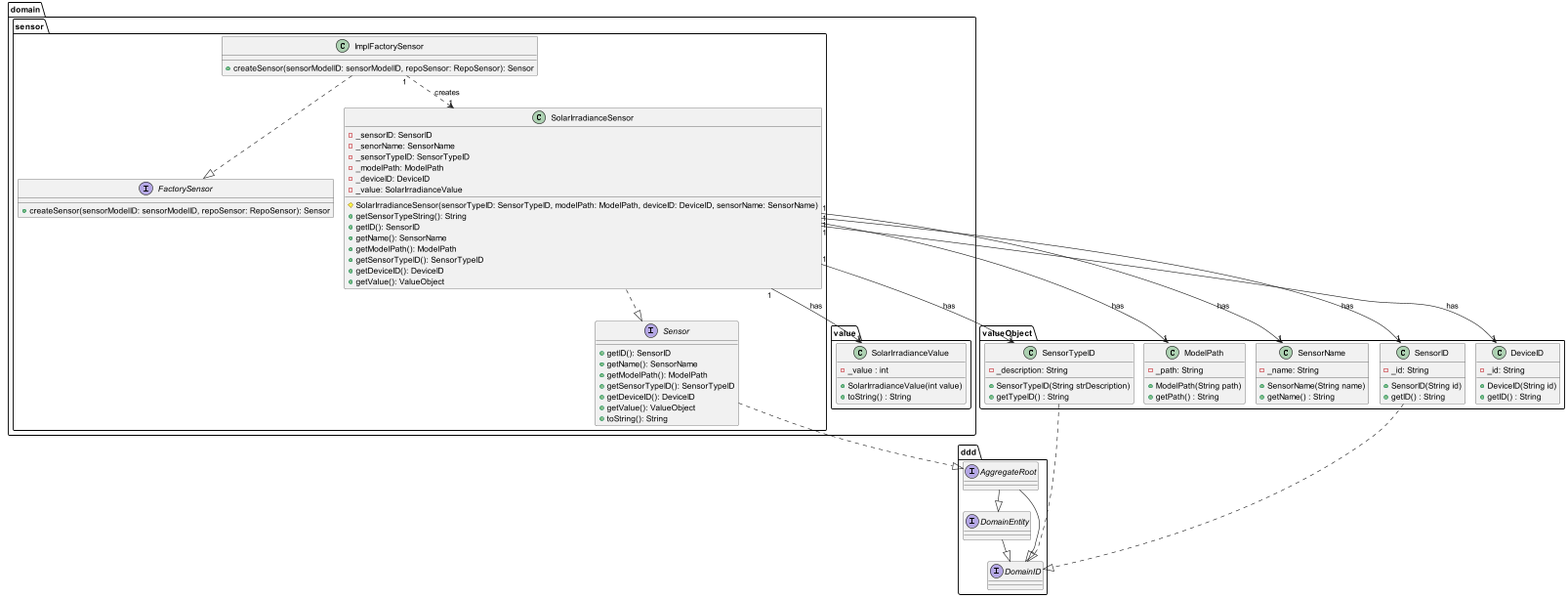
This is docs/userStories/us23/artifacts/US23CD.png from olivDiogo/SmartHome, a PlantUML export, as it was before one commit. Its diagram source:
```plantuml
@startuml
!pragma layout smetana

package domain.sensor {
    interface Sensor {
        + getID(): SensorID
        + getName(): SensorName
        + getModelPath(): ModelPath
        + getSensorTypeID(): SensorTypeID
        + getDeviceID(): DeviceID
        + getValue(): ValueObject
        + toString(): String
    }
    interface FactorySensor {
        + createSensor(sensorModelID: sensorModelID, repoSensor: RepoSensor): Sensor
    }
    class ImplFactorySensor {
        + createSensor(sensorModelID: sensorModelID, repoSensor: RepoSensor): Sensor
    }

    class SolarIrradianceSensor {
        - _sensorID: SensorID
        - _senorName: SensorName
        - _sensorTypeID: SensorTypeID
        - _modelPath: ModelPath
        - _deviceID: DeviceID
        - _value: SolarIrradianceValue
        # SolarIrradianceSensor(sensorTypeID: SensorTypeID, modelPath: ModelPath, deviceID: DeviceID, sensorName: SensorName)
        + getSensorTypeString(): String
        + getID(): SensorID
        + getName(): SensorName
        + getModelPath(): ModelPath
        + getSensorTypeID(): SensorTypeID
        + getDeviceID(): DeviceID
        + getValue(): ValueObject
    }
}

package domain.value {
  class SolarIrradianceValue {
    - _value : int
    + SolarIrradianceValue(int value)
    + toString() : String
  }
}

package valueObject {
    class SensorTypeID {
        - _description: String
        + SensorTypeID(String strDescription)
        + getTypeID() : String
    }

    class ModelPath {
        - _path: String
        + ModelPath(String path)
        + getPath() : String
    }

    class SensorName {
        - _name: String
        + SensorName(String name)
        + getName() : String
    }

    class SensorID {
        - _id: String
        + SensorID(String id)
        + getID() : String
    }

    class DeviceID {
        - _id: String
        + DeviceID(String id)
        + getID() : String
    }
}

package ddd {

  interface DomainEntity {
  }

  interface DomainID {
  }

  interface AggregateRoot {
  }
}

ImplFactorySensor ..|> FactorySensor
ImplFactorySensor "1" ..> "1" SolarIrradianceSensor : creates

SolarIrradianceSensor ..|> Sensor
SolarIrradianceSensor "1" --> "1" SolarIrradianceValue : has
SolarIrradianceSensor "1" -->  "1" SensorTypeID : has
SolarIrradianceSensor "1" -->  "1" ModelPath : has
SolarIrradianceSensor "1" -->  "1" SensorName : has
SolarIrradianceSensor "1" -->  "1" SensorID : has
SolarIrradianceSensor "1" -->  "1" DeviceID : has

DomainEntity --|> DomainID
AggregateRoot --|> DomainEntity
AggregateRoot --|> DomainID

Sensor ..|> ddd.AggregateRoot

SensorTypeID ..|> ddd.DomainID
SensorID ..|> ddd.DomainID

@enduml
```
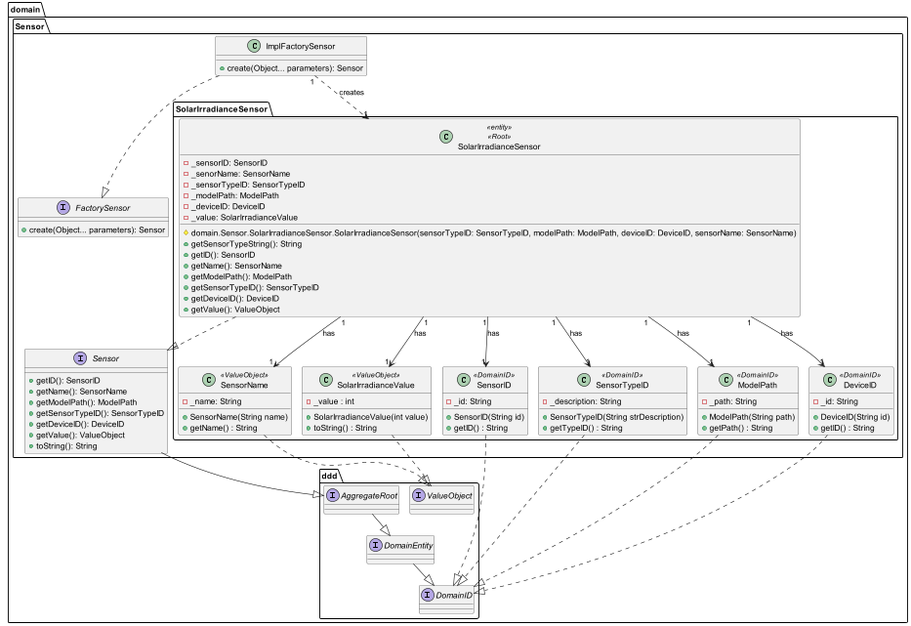
After the change.

Change to the diagram source:
```diff
@@ -1,31 +1,36 @@
 @startuml
 !pragma layout smetana
 
-package domain.sensor {
-    interface Sensor {
-        + getID(): SensorID
-        + getName(): SensorName
-        + getModelPath(): ModelPath
-        + getSensorTypeID(): SensorTypeID
-        + getDeviceID(): DeviceID
-        + getValue(): ValueObject
-        + toString(): String
-    }
+package domain.Sensor {
     interface FactorySensor {
-        + createSensor(sensorModelID: sensorModelID, repoSensor: RepoSensor): Sensor
-    }
-    class ImplFactorySensor {
-        + createSensor(sensorModelID: sensorModelID, repoSensor: RepoSensor): Sensor
+        + create(Object... parameters): Sensor
     }
 
-    class SolarIrradianceSensor {
+    class ImplFactorySensor {
+        + create(Object... parameters): Sensor
+    }
+
+    interface Sensor {
+            + getID(): SensorID
+            + getName(): SensorName
+            + getModelPath(): ModelPath
+            + getSensorTypeID(): SensorTypeID
+            + getDeviceID(): DeviceID
+            + getValue(): ValueObject
+            + toString(): String
+    }
+ }
+
+package domain.Sensor.SolarIrradianceSensor {
+
+    class domain.Sensor.SolarIrradianceSensor.SolarIrradianceSensor <<entity>><<Root>>{
         - _sensorID: SensorID
         - _senorName: SensorName
         - _sensorTypeID: SensorTypeID
         - _modelPath: ModelPath
         - _deviceID: DeviceID
         - _value: SolarIrradianceValue
-        # SolarIrradianceSensor(sensorTypeID: SensorTypeID, modelPath: ModelPath, deviceID: DeviceID, sensorName: SensorName)
+        # domain.Sensor.SolarIrradianceSensor.SolarIrradianceSensor(sensorTypeID: SensorTypeID, modelPath: ModelPath, deviceID: DeviceID, sensorName: SensorName)
         + getSensorTypeString(): String
         + getID(): SensorID
         + getName(): SensorName
@@ -34,49 +39,46 @@
         + getDeviceID(): DeviceID
         + getValue(): ValueObject
     }
+
+    class SensorName <<ValueObject>>{
+            - _name: String
+            + SensorName(String name)
+            + getName() : String
+    }
+
+    class SensorID <<DomainID>>{
+            - _id: String
+            + SensorID(String id)
+            + getID() : String
+    }
+
+    class SolarIrradianceValue <<ValueObject>>{
+            - _value : int
+            + SolarIrradianceValue(int value)
+            + toString() : String
+    }
+
+     class SensorTypeID <<DomainID>>{
+                    - _description: String
+                    + SensorTypeID(String strDescription)
+                    + getTypeID() : String
+        }
+
+        class ModelPath <<DomainID>>{
+                    - _path: String
+                    + ModelPath(String path)
+                    + getPath() : String
+        }
+
+        class DeviceID <<DomainID>>{
+                    - _id: String
+                    + DeviceID(String id)
+                    + getID() : String
+        }
 }
 
-package domain.value {
-  class SolarIrradianceValue {
-    - _value : int
-    + SolarIrradianceValue(int value)
-    + toString() : String
-  }
-}
 
-package valueObject {
-    class SensorTypeID {
-        - _description: String
-        + SensorTypeID(String strDescription)
-        + getTypeID() : String
-    }
-
-    class ModelPath {
-        - _path: String
-        + ModelPath(String path)
-        + getPath() : String
-    }
-
-    class SensorName {
-        - _name: String
-        + SensorName(String name)
-        + getName() : String
-    }
-
-    class SensorID {
-        - _id: String
-        + SensorID(String id)
-        + getID() : String
-    }
-
-    class DeviceID {
-        - _id: String
-        + DeviceID(String id)
-        + getID() : String
-    }
-}
-
-package ddd {
+package domain.ddd {
 
   interface DomainEntity {
   }
@@ -86,26 +88,33 @@
 
   interface AggregateRoot {
   }
+
+  interface ValueObject {
+  }
 }
 
 ImplFactorySensor ..|> FactorySensor
-ImplFactorySensor "1" ..> "1" SolarIrradianceSensor : creates
+ImplFactorySensor "1" ..> "1" domain.Sensor.SolarIrradianceSensor.SolarIrradianceSensor : creates
 
-SolarIrradianceSensor ..|> Sensor
-SolarIrradianceSensor "1" --> "1" SolarIrradianceValue : has
-SolarIrradianceSensor "1" -->  "1" SensorTypeID : has
-SolarIrradianceSensor "1" -->  "1" ModelPath : has
-SolarIrradianceSensor "1" -->  "1" SensorName : has
-SolarIrradianceSensor "1" -->  "1" SensorID : has
-SolarIrradianceSensor "1" -->  "1" DeviceID : has
+domain.Sensor.SolarIrradianceSensor.SolarIrradianceSensor ..|> domain.Sensor.Sensor
+domain.Sensor.SolarIrradianceSensor.SolarIrradianceSensor "1" --> "1" domain.Sensor.SolarIrradianceSensor.SolarIrradianceValue : has
+domain.Sensor.SolarIrradianceSensor.SolarIrradianceSensor "1" -->  "1" SensorTypeID : has
+domain.Sensor.SolarIrradianceSensor.SolarIrradianceSensor "1" -->  "1" ModelPath : has
+domain.Sensor.SolarIrradianceSensor.SolarIrradianceSensor "1" -->  "1" SensorName : has
+domain.Sensor.SolarIrradianceSensor.SolarIrradianceSensor "1" -->  "1" SensorID : has
+domain.Sensor.SolarIrradianceSensor.SolarIrradianceSensor "1" -->  "1" DeviceID : has
+
+domain.Sensor.SolarIrradianceSensor.SolarIrradianceValue ..|> domain.ddd.ValueObject
+domain.Sensor.SolarIrradianceSensor.SensorName ..|> domain.ddd.ValueObject
 
 DomainEntity --|> DomainID
 AggregateRoot --|> DomainEntity
-AggregateRoot --|> DomainID
 
-Sensor ..|> ddd.AggregateRoot
+domain.Sensor.Sensor --|> domain.ddd.AggregateRoot
 
-SensorTypeID ..|> ddd.DomainID
-SensorID ..|> ddd.DomainID
+SensorTypeID ..|> domain.ddd.DomainID
+SensorID ..|> domain.ddd.DomainID
+ModelPath ..|> domain.ddd.DomainID
+DeviceID ..|> domain.ddd.DomainID
 
 @enduml
```
